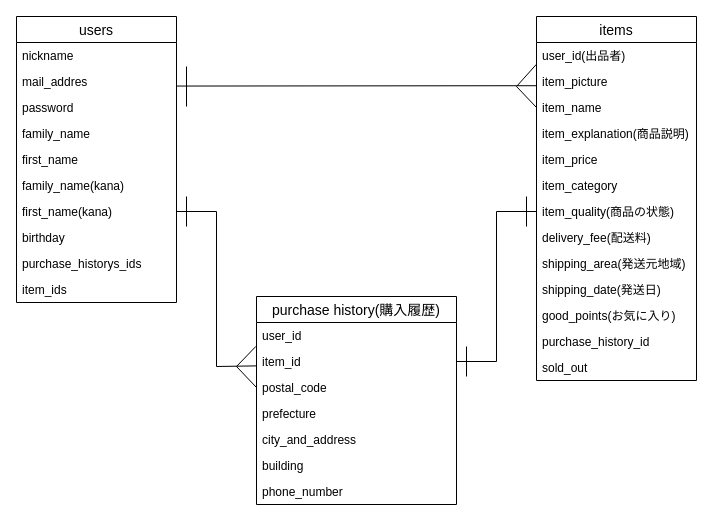
human7016/furima-28787 keeps this draw.io diagram as ER.dio. Above is the earlier version. Source tidied: cells renumbered, new cells numbered last; positions are measured from the earlier drawing's top-left corner, leaving out a move shared by most shapes. Both pictures are drawn from the tidied source at 100%, with x=0, y=0 at pixel (16, 16).
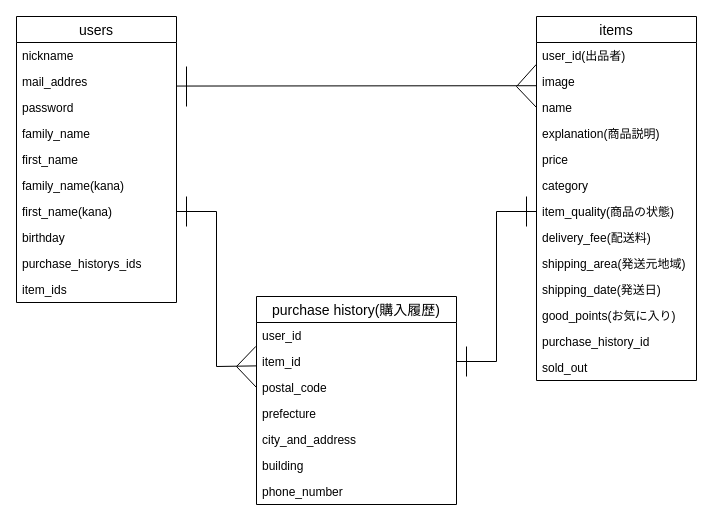
The same page after the edit.

Commit message (it also covers changes not shown here):
テーブルの修正1

The change refers to these unchanged cells:
```xml
<mxCell id="14" value="items" style="swimlane;fontStyle=0;horizontal=1;startSize=26;align=center;fontSize=14;" parent="1" vertex="1">
  <mxGeometry x="520" width="160" height="364" as="geometry" />
</mxCell>
```

Change to the diagram source:
```diff
@@
-    <mxCell id="16" value="item_picture" style="text;strokeColor=none;fillColor=none;spacingLeft=4;spacingRight=4;overflow=hidden;points=[[0,0.5],[1,0.5]];portConstraint=eastwest;fontSize=12;" parent="14" vertex="1">
+    <mxCell id="16" value="image" style="text;strokeColor=none;fillColor=none;spacingLeft=4;spacingRight=4;overflow=hidden;points=[[0,0.5],[1,0.5]];portConstraint=eastwest;fontSize=12;" parent="14" vertex="1">
       <mxGeometry y="52" width="160" height="26" as="geometry" />
     </mxCell>
-    <mxCell id="17" value="item_name&#10;" style="text;strokeColor=none;fillColor=none;spacingLeft=4;spacingRight=4;overflow=hidden;points=[[0,0.5],[1,0.5]];portConstraint=eastwest;fontSize=12;" parent="14" vertex="1">
+    <mxCell id="17" value="name&#10;" style="text;strokeColor=none;fillColor=none;spacingLeft=4;spacingRight=4;overflow=hidden;points=[[0,0.5],[1,0.5]];portConstraint=eastwest;fontSize=12;" parent="14" vertex="1">
       <mxGeometry y="78" width="160" height="26" as="geometry" />
     </mxCell>
-    <mxCell id="18" value="item_explanation(商品説明)" style="text;strokeColor=none;fillColor=none;spacingLeft=4;spacingRight=4;overflow=hidden;fontSize=12;" parent="14" vertex="1">
+    <mxCell id="18" value="explanation(商品説明)" style="text;strokeColor=none;fillColor=none;spacingLeft=4;spacingRight=4;overflow=hidden;fontSize=12;" parent="14" vertex="1">
       <mxGeometry y="104" width="160" height="26" as="geometry" />
     </mxCell>
-    <mxCell id="19" value="item_price" style="text;strokeColor=none;fillColor=none;spacingLeft=4;spacingRight=4;overflow=hidden;fontSize=12;" parent="14" vertex="1">
+    <mxCell id="19" value="price" style="text;strokeColor=none;fillColor=none;spacingLeft=4;spacingRight=4;overflow=hidden;fontSize=12;" parent="14" vertex="1">
       <mxGeometry y="130" width="160" height="26" as="geometry" />
     </mxCell>
-    <mxCell id="20" value="item_category" style="text;strokeColor=none;fillColor=none;spacingLeft=4;spacingRight=4;overflow=hidden;fontSize=12;" parent="14" vertex="1">
+    <mxCell id="20" value="category" style="text;strokeColor=none;fillColor=none;spacingLeft=4;spacingRight=4;overflow=hidden;fontSize=12;" parent="14" vertex="1">
       <mxGeometry y="156" width="160" height="26" as="geometry" />
     </mxCell>
```
